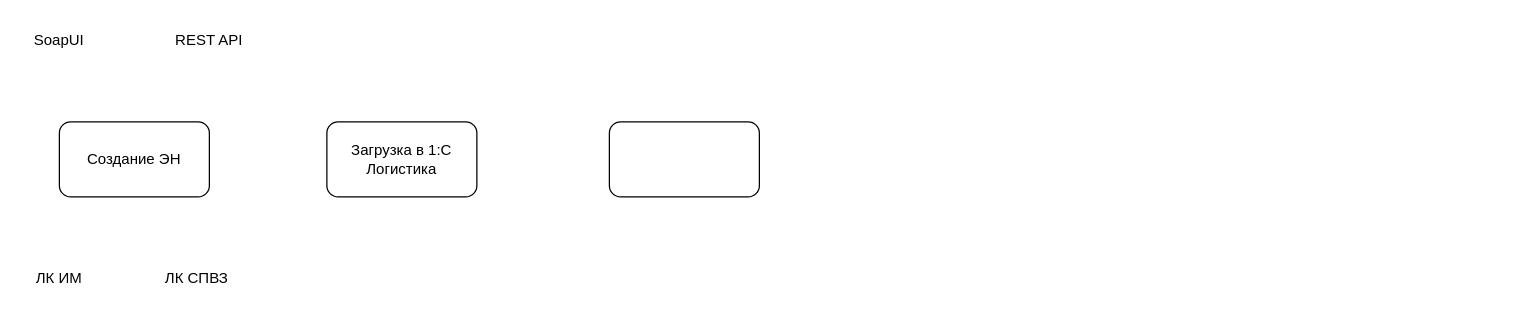
This is Диаграмма без названия.drawio from FoggyDisaster/BusinestAnalystDraw, a draw.io file, before an edit. Source tidied: cells renumbered, new cells numbered last; positions are measured from the earlier drawing's top-left corner, leaving out a move shared by most shapes. Both pictures are drawn from the tidied source at 125%, with x=0, y=0 at pixel (21, 21).
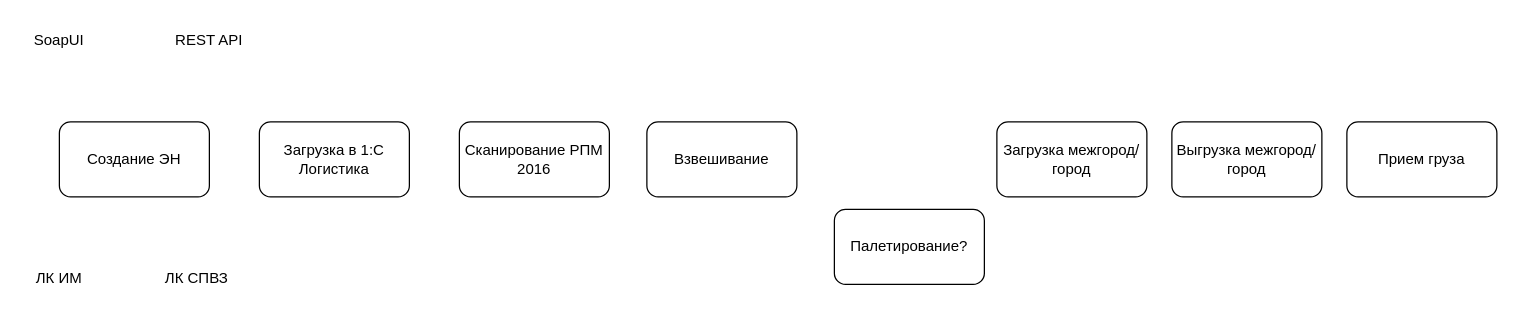
The same diagram, later.

Change to the diagram source:
```diff
@@
 <mxGraphModel>
   <root>
     <mxCell id="0" />
     <mxCell id="1" parent="0" />
     <mxCell id="2" value="Создание ЭН" style="rounded=1;whiteSpace=wrap;html=1;" parent="1" vertex="1">
       <mxGeometry x="30" y="80" width="120" height="60" as="geometry" />
     </mxCell>
     <mxCell id="3" value="SoapUI" style="text;html=1;align=center;verticalAlign=middle;whiteSpace=wrap;rounded=0;" parent="1" vertex="1">
       <mxGeometry width="60" height="30" as="geometry" />
     </mxCell>
     <mxCell id="4" value="REST API" style="text;html=1;align=center;verticalAlign=middle;whiteSpace=wrap;rounded=0;" parent="1" vertex="1">
       <mxGeometry x="120" width="60" height="30" as="geometry" />
     </mxCell>
     <mxCell id="5" value="ЛК ИМ" style="text;html=1;align=center;verticalAlign=middle;whiteSpace=wrap;rounded=0;" parent="1" vertex="1">
       <mxGeometry y="190" width="60" height="30" as="geometry" />
     </mxCell>
     <mxCell id="6" value="ЛК СПВЗ" style="text;html=1;align=center;verticalAlign=middle;whiteSpace=wrap;rounded=0;" parent="1" vertex="1">
       <mxGeometry x="110" y="190" width="60" height="30" as="geometry" />
     </mxCell>
     <mxCell id="7" value="Загрузка в 1:С Логистика" style="rounded=1;whiteSpace=wrap;html=1;" parent="1" vertex="1">
-      <mxGeometry x="244" y="80" width="120" height="60" as="geometry" />
+      <mxGeometry x="190" y="80" width="120" height="60" as="geometry" />
     </mxCell>
-    <mxCell id="8" style="rounded=1;whiteSpace=wrap;html=1;" parent="1" vertex="1">
-      <mxGeometry x="470" y="80" width="120" height="60" as="geometry" />
+    <mxCell id="8" value="Сканирование РПМ 2016" style="rounded=1;whiteSpace=wrap;html=1;" parent="1" vertex="1">
+      <mxGeometry x="350" y="80" width="120" height="60" as="geometry" />
     </mxCell>
+    <mxCell id="9" value="Загрузка межгород/город" style="rounded=1;whiteSpace=wrap;html=1;" parent="1" vertex="1">
+      <mxGeometry x="780" y="80" width="120" height="60" as="geometry" />
+    </mxCell>
+    <mxCell id="10" value="Прием груза" style="rounded=1;whiteSpace=wrap;html=1;" parent="1" vertex="1">
+      <mxGeometry x="1060" y="80" width="120" height="60" as="geometry" />
+    </mxCell>
+    <mxCell id="11" value="Взвешивание" style="rounded=1;whiteSpace=wrap;html=1;" parent="1" vertex="1">
+      <mxGeometry x="500" y="80" width="120" height="60" as="geometry" />
+    </mxCell>
+    <mxCell id="12" value="Выгрузка межгород/город" style="rounded=1;whiteSpace=wrap;html=1;" parent="1" vertex="1">
+      <mxGeometry x="920" y="80" width="120" height="60" as="geometry" />
+    </mxCell>
+    <mxCell id="13" value="Палетирование?" style="rounded=1;whiteSpace=wrap;html=1;" parent="1" vertex="1">
+      <mxGeometry x="650" y="150" width="120" height="60" as="geometry" />
+    </mxCell>
   </root>
 </mxGraphModel>
```
